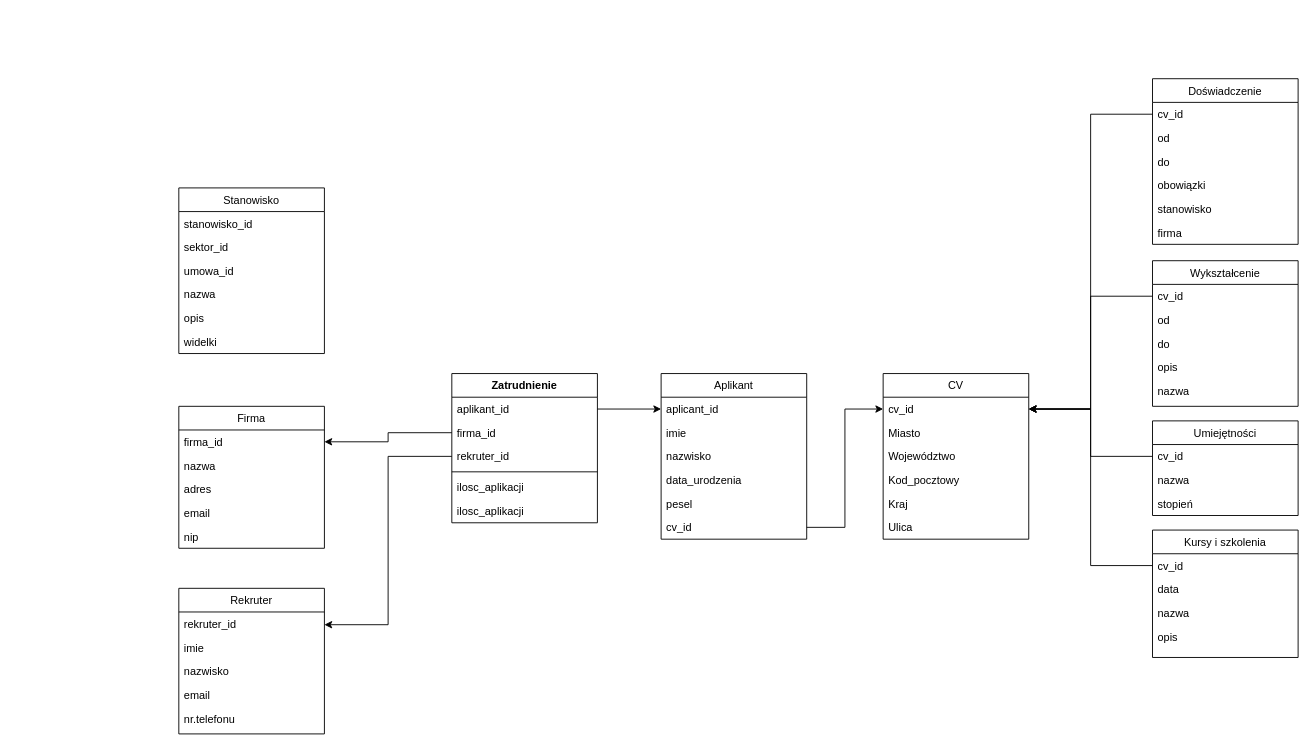
This is Diagram bez tytułu.drawio from Paros998/ConverterJava, a draw.io file, before an edit. Source tidied: cells renumbered, new cells numbered last; positions are measured from the earlier drawing's top-left corner, leaving out a move shared by most shapes. Both pictures are drawn from the tidied source at 91%, with x=0, y=0 at pixel (178, 78).
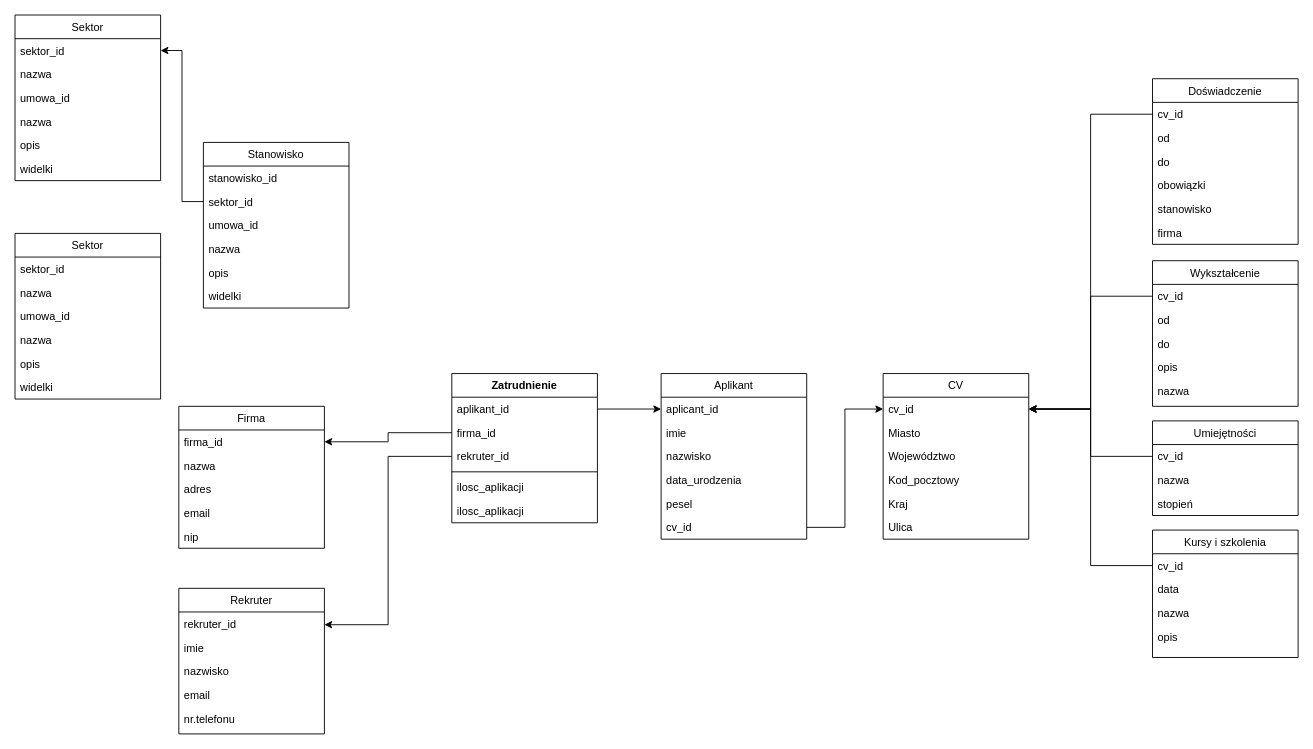
After the change.

Unchanged cells that the change refers to:
```xml
<mxCell id="67" value="sektor_id" style="text;align=left;verticalAlign=top;spacingLeft=4;spacingRight=4;overflow=hidden;points=[[0,0.5],[1,0.5]];portConstraint=eastwest;rounded=0;shadow=0;html=0;" parent="65" vertex="1">
  <mxGeometry y="52" width="160" height="26" as="geometry" />
</mxCell>
```

Change to the diagram source:
```diff
@@
     <mxCell id="65" value="Stanowisko" style="swimlane;fontStyle=0;align=center;verticalAlign=top;horizontal=1;startSize=26;rounded=0;shadow=0;strokeWidth=1;" parent="1" vertex="1">
-      <mxGeometry y="120" width="160" height="182" as="geometry" />
+      <mxGeometry x="27" y="70" width="160" height="182" as="geometry" />
     </mxCell>
@@
+    <mxCell id="72" value="Sektor" style="swimlane;fontStyle=0;align=center;verticalAlign=top;horizontal=1;startSize=26;rounded=0;shadow=0;strokeWidth=1;" parent="1" vertex="1">
+      <mxGeometry x="-180" y="-70" width="160" height="182" as="geometry" />
+    </mxCell>
+    <mxCell id="73" value="sektor_id" style="text;align=left;verticalAlign=top;spacingLeft=4;spacingRight=4;overflow=hidden;points=[[0,0.5],[1,0.5]];portConstraint=eastwest;" parent="72" vertex="1">
+      <mxGeometry y="26" width="160" height="26" as="geometry" />
+    </mxCell>
+    <mxCell id="74" value="nazwa" style="text;align=left;verticalAlign=top;spacingLeft=4;spacingRight=4;overflow=hidden;rounded=0;shadow=0;html=0;" parent="72" vertex="1">
+      <mxGeometry y="52" width="160" height="26" as="geometry" />
+    </mxCell>
+    <mxCell id="75" value="umowa_id" style="text;align=left;verticalAlign=top;spacingLeft=4;spacingRight=4;overflow=hidden;rounded=0;shadow=0;html=0;" parent="72" vertex="1">
+      <mxGeometry y="78" width="160" height="26" as="geometry" />
+    </mxCell>
+    <mxCell id="76" value="nazwa" style="text;align=left;verticalAlign=top;spacingLeft=4;spacingRight=4;overflow=hidden;rounded=0;shadow=0;html=0;" parent="72" vertex="1">
+      <mxGeometry y="104" width="160" height="26" as="geometry" />
+    </mxCell>
+    <mxCell id="77" value="opis" style="text;align=left;verticalAlign=top;spacingLeft=4;spacingRight=4;overflow=hidden;rounded=0;shadow=0;html=0;" parent="72" vertex="1">
+      <mxGeometry y="130" width="160" height="26" as="geometry" />
+    </mxCell>
+    <mxCell id="78" value="widelki" style="text;align=left;verticalAlign=top;spacingLeft=4;spacingRight=4;overflow=hidden;rounded=0;shadow=0;html=0;" parent="72" vertex="1">
+      <mxGeometry y="156" width="160" height="26" as="geometry" />
+    </mxCell>
+    <mxCell id="79" value="Sektor" style="swimlane;fontStyle=0;align=center;verticalAlign=top;horizontal=1;startSize=26;rounded=0;shadow=0;strokeWidth=1;" parent="1" vertex="1">
+      <mxGeometry x="-180" y="170" width="160" height="182" as="geometry" />
+    </mxCell>
+    <mxCell id="80" value="sektor_id" style="text;align=left;verticalAlign=top;spacingLeft=4;spacingRight=4;overflow=hidden;" parent="79" vertex="1">
+      <mxGeometry y="26" width="160" height="26" as="geometry" />
+    </mxCell>
+    <mxCell id="81" value="nazwa" style="text;align=left;verticalAlign=top;spacingLeft=4;spacingRight=4;overflow=hidden;rounded=0;shadow=0;html=0;" parent="79" vertex="1">
+      <mxGeometry y="52" width="160" height="26" as="geometry" />
+    </mxCell>
+    <mxCell id="82" value="umowa_id" style="text;align=left;verticalAlign=top;spacingLeft=4;spacingRight=4;overflow=hidden;rounded=0;shadow=0;html=0;" parent="79" vertex="1">
+      <mxGeometry y="78" width="160" height="26" as="geometry" />
+    </mxCell>
+    <mxCell id="83" value="nazwa" style="text;align=left;verticalAlign=top;spacingLeft=4;spacingRight=4;overflow=hidden;rounded=0;shadow=0;html=0;" parent="79" vertex="1">
+      <mxGeometry y="104" width="160" height="26" as="geometry" />
+    </mxCell>
+    <mxCell id="84" value="opis" style="text;align=left;verticalAlign=top;spacingLeft=4;spacingRight=4;overflow=hidden;rounded=0;shadow=0;html=0;" parent="79" vertex="1">
+      <mxGeometry y="130" width="160" height="26" as="geometry" />
+    </mxCell>
+    <mxCell id="85" value="widelki" style="text;align=left;verticalAlign=top;spacingLeft=4;spacingRight=4;overflow=hidden;rounded=0;shadow=0;html=0;" parent="79" vertex="1">
+      <mxGeometry y="156" width="160" height="26" as="geometry" />
+    </mxCell>
+    <mxCell id="86" style="edgeStyle=orthogonalEdgeStyle;rounded=0;jettySize=auto;html=1;exitX=0;exitY=0.5;exitDx=0;exitDy=0;entryX=1;entryY=0.5;entryDx=0;entryDy=0;" parent="1" edge="1" source="67" target="73">
+      <mxGeometry relative="1" as="geometry" />
+    </mxCell>
```
